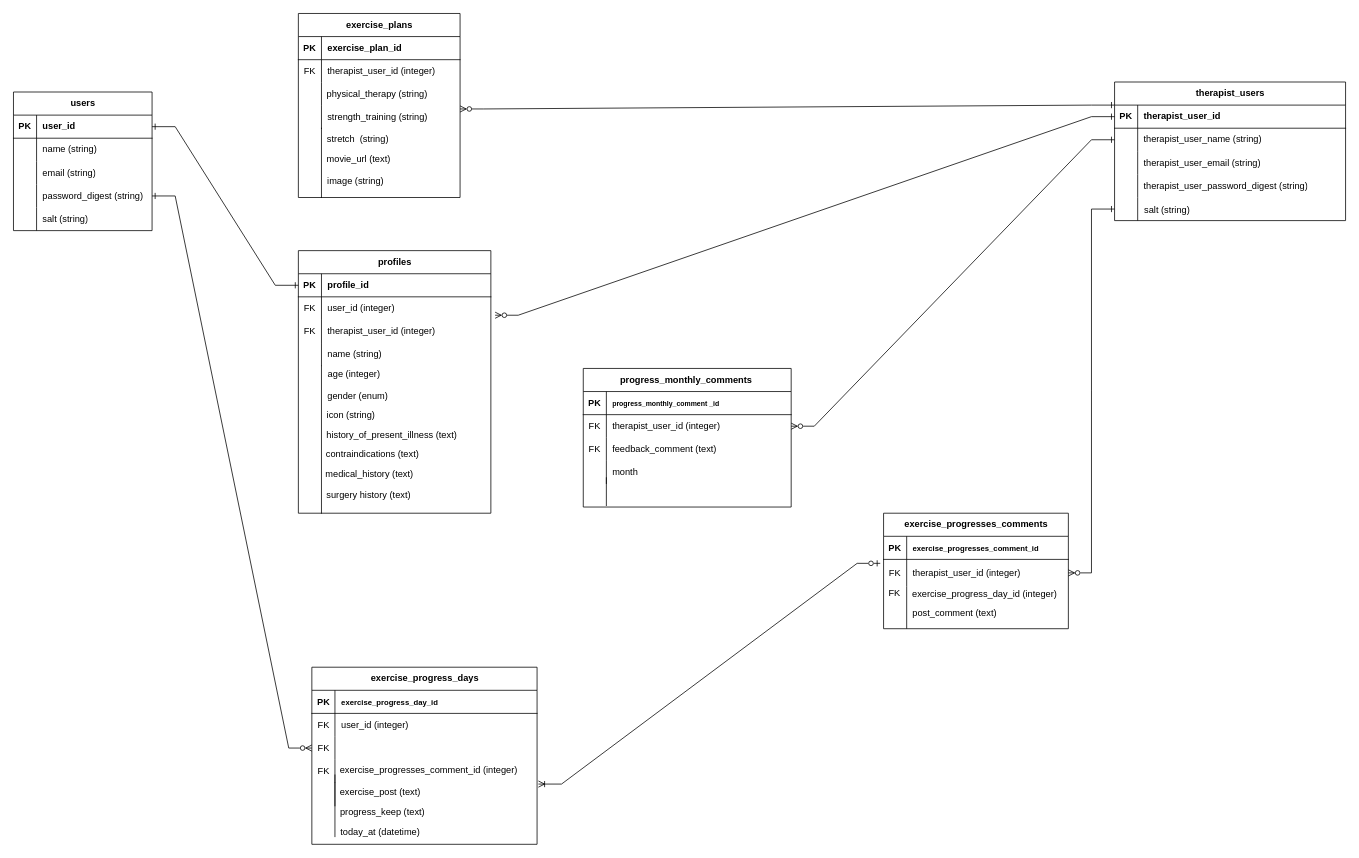
Above: ER図.drawio in shimicha/rehabili_tracking_app (draw.io), before the change. Source tidied: cells renumbered, new cells numbered last; positions are measured from the earlier drawing's top-left corner, leaving out a move shared by most shapes. Both pictures are drawn from the tidied source at 77%, with x=0, y=0 at pixel (13, 13).
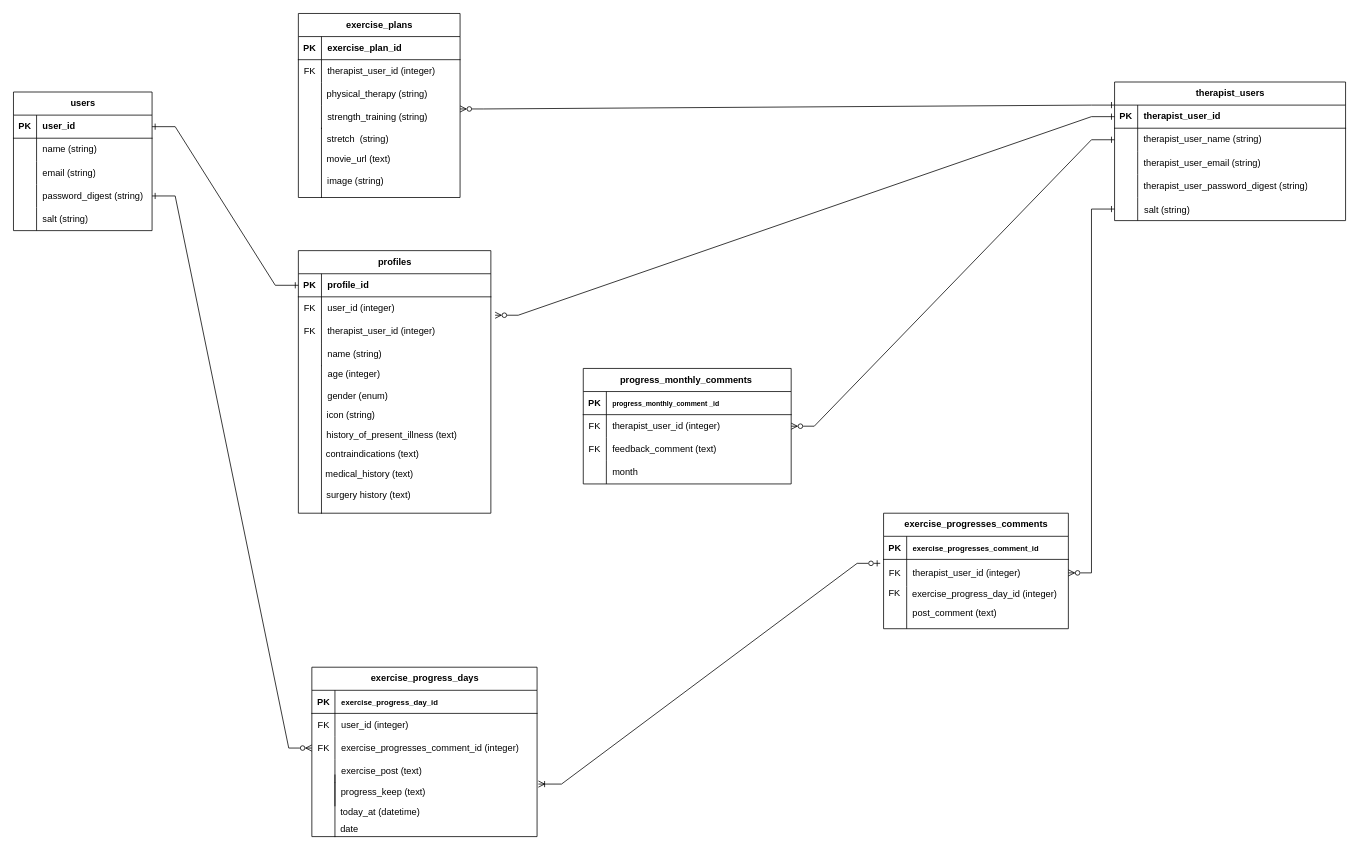
Above is the later version.

Commit message (it also covers changes not shown here):
ER図.drawio を更新します

Unchanged cells that the change refers to:
```xml
<mxCell id="97" style="shape=tableRow;horizontal=0;startSize=0;swimlaneHead=0;swimlaneBody=0;fillColor=none;points=[[0,0.5],[1,0.5]];portConstraint=eastwest;top=0;left=0;right=0;bottom=0;" parent="90" vertex="1">
  <mxGeometry y="90" width="292.5" height="30" as="geometry" />
</mxCell>
<mxCell id="100" style="shape=tableRow;horizontal=0;startSize=0;swimlaneHead=0;swimlaneBody=0;fillColor=none;points=[[0,0.5],[1,0.5]];portConstraint=eastwest;top=0;left=0;right=0;bottom=0;" parent="90" vertex="1">
  <mxGeometry y="120" width="292.5" height="30" as="geometry" />
</mxCell>
```

What changed in the source:
```diff
@@
     <mxCell id="54" value="progress_monthly_comments&amp;nbsp;" style="shape=table;startSize=30;childLayout=tableLayout;rowLines=0;fontStyle=1;align=center;html=1;strokeColor=default;" parent="1" vertex="1">
-      <mxGeometry x="740" y="461" width="270" height="180" as="geometry" />
+      <mxGeometry x="740" y="461" width="270" height="150" as="geometry" />
     </mxCell>
@@
     <mxCell id="90" value="exercise_progress_days" style="shape=table;startSize=30;childLayout=tableLayout;rowLines=0;fontStyle=1;align=center;html=1;strokeColor=default;" parent="1" vertex="1">
-      <mxGeometry x="387.5" y="849" width="292.5" height="230" as="geometry" />
+      <mxGeometry x="387.5" y="849" width="292.5" height="220" as="geometry" />
     </mxCell>
@@
-    <mxCell id="99" style="shape=partialRectangle;fillColor=none;top=0;left=0;bottom=0;right=0;align=left;spacingLeft=6;overflow=hidden;whiteSpace=wrap;html=1;" parent="97" vertex="1">
+    <mxCell id="99" value="exercise_progresses_comment_id (integer)" style="shape=partialRectangle;fillColor=none;top=0;left=0;bottom=0;right=0;align=left;spacingLeft=6;overflow=hidden;whiteSpace=wrap;html=1;" parent="97" vertex="1">
       <mxGeometry x="30" width="262.5" height="30" as="geometry" />
     </mxCell>
@@
-    <mxCell id="101" value="FK" style="shape=partialRectangle;fillColor=none;top=0;left=0;bottom=0;right=0;overflow=hidden;whiteSpace=wrap;html=1;" parent="100" vertex="1">
+    <mxCell id="101" style="shape=partialRectangle;fillColor=none;top=0;left=0;bottom=0;right=0;overflow=hidden;whiteSpace=wrap;html=1;" parent="100" vertex="1">
       <mxGeometry width="30" height="30" as="geometry" />
     </mxCell>
-    <mxCell id="102" style="shape=partialRectangle;fillColor=none;top=0;left=0;bottom=0;right=0;align=left;spacingLeft=6;overflow=hidden;whiteSpace=wrap;html=1;" parent="100" vertex="1">
+    <mxCell id="102" value="exercise_post&amp;nbsp;(text)" style="shape=partialRectangle;fillColor=none;top=0;left=0;bottom=0;right=0;align=left;spacingLeft=6;overflow=hidden;whiteSpace=wrap;html=1;" parent="100" vertex="1">
       <mxGeometry x="30" width="262.5" height="30" as="geometry" />
     </mxCell>
@@
-    <mxCell id="114" value="exercise_post&amp;nbsp;(text)" style="text;html=1;align=center;verticalAlign=middle;strokeColor=none;fillColor=none;fontSize=12;fontFamily=Helvetica;fontColor=default;" parent="1" vertex="1">
-      <mxGeometry x="410.5" y="996" width="130" height="30" as="geometry" />
-    </mxCell>
@@
     <mxCell id="121" value="today_at (datetime)" style="text;html=1;align=center;verticalAlign=middle;strokeColor=none;fillColor=none;fontSize=12;fontFamily=Helvetica;fontColor=default;" parent="1" vertex="1">
-      <mxGeometry x="410.5" y="1049" width="130" height="30" as="geometry" />
+      <mxGeometry x="410.5" y="1022" width="130" height="30" as="geometry" />
     </mxCell>
-    <mxCell id="122" value="exercise_progresses_comment_id (integer)" style="text;html=1;align=center;verticalAlign=middle;strokeColor=none;fillColor=none;fontSize=12;fontFamily=Helvetica;fontColor=default;" parent="1" vertex="1">
-      <mxGeometry x="414" y="968" width="250" height="30" as="geometry" />
-    </mxCell>
@@
     <mxCell id="125" value="progress_keep (text)" style="text;html=1;align=center;verticalAlign=middle;strokeColor=none;fillColor=none;fontSize=12;fontFamily=Helvetica;fontColor=default;" parent="1" vertex="1">
-      <mxGeometry x="413.5" y="1022" width="130" height="30" as="geometry" />
+      <mxGeometry x="414.5" y="996" width="130" height="30" as="geometry" />
     </mxCell>
-    <mxCell id="126" style="shape=partialRectangle;top=0;left=0;bottom=0;fillColor=none;stokeWidth=1;align=left;verticalAlign=middle;spacingLeft=4;spacingRight=4;overflow=hidden;" parent="1" vertex="1">
-      <mxGeometry x="740" y="603" width="30" height="36" as="geometry" />
-    </mxCell>
+    <mxCell id="127" value="date" style="text;html=1;align=center;verticalAlign=middle;strokeColor=none;fillColor=none;" parent="1" vertex="1">
+      <mxGeometry x="410.5" y="1044" width="50" height="30" as="geometry" />
+    </mxCell>
```
